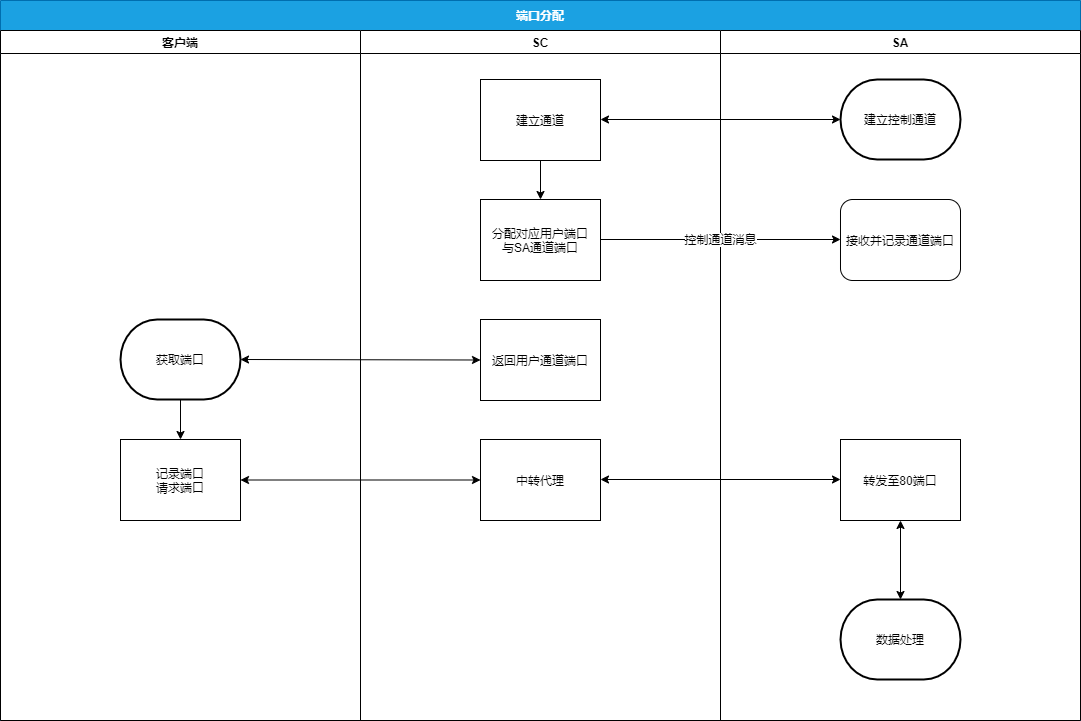
Before: docs/images/port.png, a diagram exported from draw.io (kiqupo/gotunnel). Source tidied: cells renumbered, new cells last; positions are measured from the earlier drawing's top-left corner, leaving out a move shared by most shapes. The source it was exported from:
```xml
<mxGraphModel>
  <root>
    <mxCell id="0" />
    <mxCell id="1" parent="0" />
    <mxCell id="2" value="端口分配" style="swimlane;startSize=30;fillColor=#1ba1e2;strokeColor=#006EAF;fontColor=#ffffff;swimlaneFillColor=#ffffff;" parent="1" vertex="1">
      <mxGeometry width="1080" height="720" as="geometry" />
    </mxCell>
    <mxCell id="3" value="SC" style="swimlane;swimlaneFillColor=none;" parent="2" vertex="1">
      <mxGeometry x="360" y="30" width="360" height="690" as="geometry" />
    </mxCell>
    <mxCell id="4" style="edgeStyle=orthogonalEdgeStyle;rounded=0;orthogonalLoop=1;jettySize=auto;html=1;entryX=0.5;entryY=0;entryDx=0;entryDy=0;entryPerimeter=0;" parent="3" edge="1">
      <mxGeometry relative="1" as="geometry">
        <mxPoint x="180" y="129" as="sourcePoint" />
        <mxPoint x="180" y="169" as="targetPoint" />
      </mxGeometry>
    </mxCell>
    <mxCell id="5" value="&lt;span&gt;建立通道&lt;/span&gt;" style="rounded=0;whiteSpace=wrap;html=1;shadow=0;labelBackgroundColor=none;fillColor=#FFFFFF;" parent="3" vertex="1">
      <mxGeometry x="120" y="49" width="120" height="81" as="geometry" />
    </mxCell>
    <mxCell id="6" value="&lt;span&gt;分配对应用户端口&lt;/span&gt;&lt;br&gt;&lt;span&gt;与SA通道端口&lt;/span&gt;" style="rounded=0;whiteSpace=wrap;html=1;shadow=0;labelBackgroundColor=none;fillColor=#FFFFFF;" parent="3" vertex="1">
      <mxGeometry x="120" y="169" width="120" height="81" as="geometry" />
    </mxCell>
    <mxCell id="7" value="返回用户通道端口" style="rounded=0;whiteSpace=wrap;html=1;shadow=0;labelBackgroundColor=none;fillColor=#FFFFFF;" parent="3" vertex="1">
      <mxGeometry x="120" y="289" width="120" height="81" as="geometry" />
    </mxCell>
    <mxCell id="8" value="中转代理" style="rounded=0;whiteSpace=wrap;html=1;shadow=0;labelBackgroundColor=none;fillColor=#FFFFFF;" parent="3" vertex="1">
      <mxGeometry x="120" y="409" width="120" height="81" as="geometry" />
    </mxCell>
    <mxCell id="9" value="SA" style="swimlane;startSize=23;fillColor=#FFFFFF;shadow=0;labelBackgroundColor=none;labelBorderColor=none;swimlaneFillColor=none;" parent="2" vertex="1">
      <mxGeometry x="720" y="30" width="360" height="690" as="geometry" />
    </mxCell>
    <mxCell id="10" value="建立控制通道" style="strokeWidth=2;html=1;shape=mxgraph.flowchart.terminator;whiteSpace=wrap;" parent="9" vertex="1">
      <mxGeometry x="120" y="49" width="120" height="80" as="geometry" />
    </mxCell>
    <mxCell id="11" value="&lt;span&gt;接收并记录通道端口&lt;/span&gt;" style="rounded=1;whiteSpace=wrap;html=1;shadow=0;labelBackgroundColor=none;fillColor=#FFFFFF;" parent="9" vertex="1">
      <mxGeometry x="120" y="169" width="120" height="81" as="geometry" />
    </mxCell>
    <mxCell id="12" value="转发至80端口" style="rounded=0;whiteSpace=wrap;html=1;shadow=0;labelBackgroundColor=none;fillColor=#FFFFFF;" parent="9" vertex="1">
      <mxGeometry x="120" y="409" width="120" height="81" as="geometry" />
    </mxCell>
    <mxCell id="13" value="数据处理" style="strokeWidth=2;html=1;shape=mxgraph.flowchart.terminator;whiteSpace=wrap;" parent="9" vertex="1">
      <mxGeometry x="120" y="569" width="120" height="80" as="geometry" />
    </mxCell>
    <mxCell id="14" style="endArrow=classic;startArrow=classic;html=1;entryX=0.5;entryY=1;entryDx=0;entryDy=0;exitX=0.5;exitY=0;exitDx=0;exitDy=0;exitPerimeter=0;" parent="9" edge="1" source="13" target="12">
      <mxGeometry relative="1" as="geometry" />
    </mxCell>
    <mxCell id="15" value="客户端" style="swimlane;swimlaneFillColor=none;" parent="2" vertex="1">
      <mxGeometry y="30" width="360" height="690" as="geometry" />
    </mxCell>
    <mxCell id="16" style="edgeStyle=orthogonalEdgeStyle;rounded=0;jettySize=auto;html=1;entryX=0.5;entryY=0;entryDx=0;entryDy=0;" parent="15" edge="1" source="17" target="18">
      <mxGeometry relative="1" as="geometry" />
    </mxCell>
    <mxCell id="17" value="获取端口" style="strokeWidth=2;html=1;shape=mxgraph.flowchart.terminator;whiteSpace=wrap;" parent="15" vertex="1">
      <mxGeometry x="120" y="289" width="120" height="80" as="geometry" />
    </mxCell>
    <mxCell id="18" value="记录端口&lt;br&gt;请求端口" style="rounded=0;whiteSpace=wrap;html=1;shadow=0;labelBackgroundColor=none;fillColor=#FFFFFF;" parent="15" vertex="1">
      <mxGeometry x="120" y="409" width="120" height="81" as="geometry" />
    </mxCell>
    <mxCell id="19" style="endArrow=classic;startArrow=classic;html=1;entryX=0;entryY=0.5;entryDx=0;entryDy=0;entryPerimeter=0;exitX=1;exitY=0.5;exitDx=0;exitDy=0;exitPerimeter=0;" parent="2" edge="1" target="10">
      <mxGeometry relative="1" as="geometry">
        <mxPoint x="600" y="119" as="sourcePoint" />
      </mxGeometry>
    </mxCell>
    <mxCell id="20" value="控制通道消息" style="edgeStyle=orthogonalEdgeStyle;rounded=0;orthogonalLoop=1;jettySize=auto;html=1;entryX=0;entryY=0.5;entryDx=0;entryDy=0;entryPerimeter=0;" parent="2" edge="1">
      <mxGeometry relative="1" as="geometry">
        <mxPoint x="600" y="239" as="sourcePoint" />
        <mxPoint x="840" y="239" as="targetPoint" />
      </mxGeometry>
    </mxCell>
    <mxCell id="21" style="endArrow=classic;startArrow=classic;html=1;exitX=1;exitY=0.5;exitDx=0;exitDy=0;exitPerimeter=0;entryX=0;entryY=0.5;entryDx=0;entryDy=0;" parent="2" edge="1" source="17" target="7">
      <mxGeometry relative="1" as="geometry" />
    </mxCell>
    <mxCell id="22" style="endArrow=classic;startArrow=classic;html=1;exitX=1;exitY=0.5;exitDx=0;exitDy=0;entryX=0;entryY=0.5;entryDx=0;entryDy=0;" parent="2" edge="1" source="18" target="8">
      <mxGeometry relative="1" as="geometry" />
    </mxCell>
    <mxCell id="23" style="endArrow=classic;startArrow=classic;html=1;exitX=1;exitY=0.5;exitDx=0;exitDy=0;entryX=0;entryY=0.5;entryDx=0;entryDy=0;" parent="1" edge="1">
      <mxGeometry relative="1" as="geometry">
        <mxPoint x="600" y="479" as="sourcePoint" />
        <mxPoint x="840" y="479" as="targetPoint" />
      </mxGeometry>
    </mxCell>
  </root>
</mxGraphModel>
```
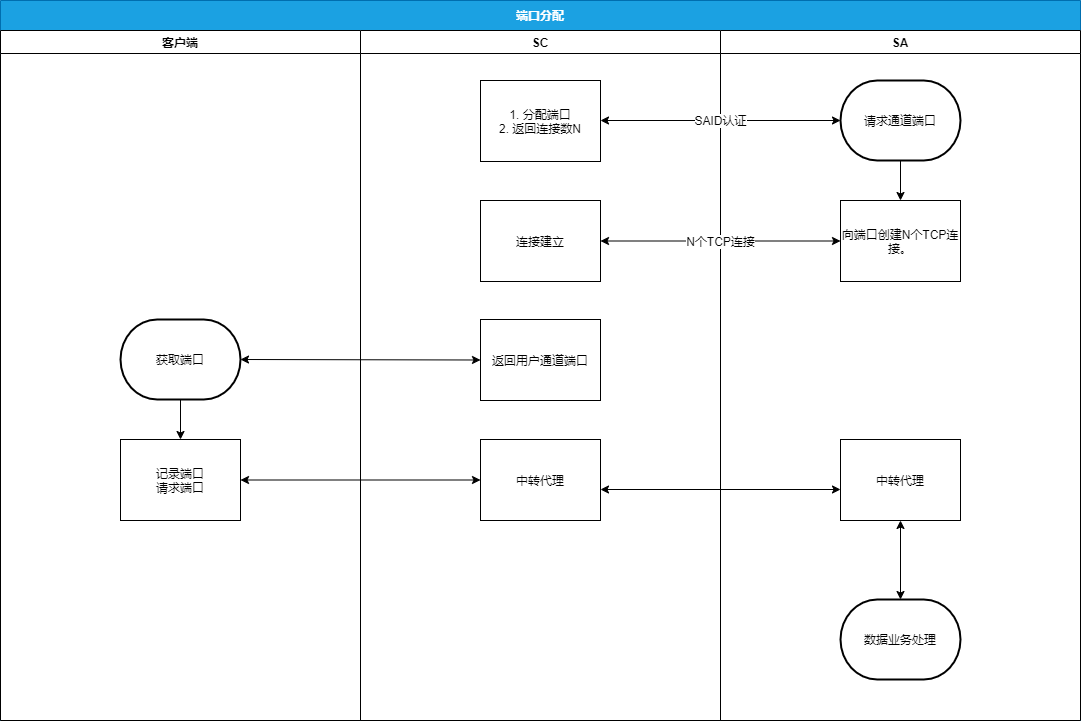
The same diagram one commit later.

Change to the diagram source:
```diff
@@ -1,49 +1,54 @@
 <mxGraphModel>
   <root>
-    <mxCell id="0" />
-    <mxCell id="1" parent="0" />
+    <mxCell id="24" />
+    <mxCell id="25" parent="24" />
-    <mxCell id="2" value="端口分配" style="swimlane;startSize=30;fillColor=#1ba1e2;strokeColor=#006EAF;fontColor=#ffffff;swimlaneFillColor=#ffffff;" parent="1" vertex="1">
+    <mxCell id="2" value="端口分配" style="swimlane;startSize=30;fillColor=#1ba1e2;strokeColor=#006EAF;fontColor=#ffffff;swimlaneFillColor=#ffffff;" parent="25" vertex="1">
       <mxGeometry width="1080" height="720" as="geometry" />
     </mxCell>
     <mxCell id="3" value="SC" style="swimlane;swimlaneFillColor=none;" parent="2" vertex="1">
       <mxGeometry x="360" y="30" width="360" height="690" as="geometry" />
     </mxCell>
-    <mxCell id="4" style="edgeStyle=orthogonalEdgeStyle;rounded=0;orthogonalLoop=1;jettySize=auto;html=1;entryX=0.5;entryY=0;entryDx=0;entryDy=0;entryPerimeter=0;" parent="3" edge="1">
-      <mxGeometry relative="1" as="geometry">
-        <mxPoint x="180" y="129" as="sourcePoint" />
-        <mxPoint x="180" y="169" as="targetPoint" />
-      </mxGeometry>
-    </mxCell>
-    <mxCell id="5" value="&lt;span&gt;建立通道&lt;/span&gt;" style="rounded=0;whiteSpace=wrap;html=1;shadow=0;labelBackgroundColor=none;fillColor=#FFFFFF;" parent="3" vertex="1">
-      <mxGeometry x="120" y="49" width="120" height="81" as="geometry" />
-    </mxCell>
-    <mxCell id="6" value="&lt;span&gt;分配对应用户端口&lt;/span&gt;&lt;br&gt;&lt;span&gt;与SA通道端口&lt;/span&gt;" style="rounded=0;whiteSpace=wrap;html=1;shadow=0;labelBackgroundColor=none;fillColor=#FFFFFF;" parent="3" vertex="1">
-      <mxGeometry x="120" y="169" width="120" height="81" as="geometry" />
-    </mxCell>
     <mxCell id="7" value="返回用户通道端口" style="rounded=0;whiteSpace=wrap;html=1;shadow=0;labelBackgroundColor=none;fillColor=#FFFFFF;" parent="3" vertex="1">
       <mxGeometry x="120" y="289" width="120" height="81" as="geometry" />
     </mxCell>
-    <mxCell id="8" value="中转代理" style="rounded=0;whiteSpace=wrap;html=1;shadow=0;labelBackgroundColor=none;fillColor=#FFFFFF;" parent="3" vertex="1">
-      <mxGeometry x="120" y="409" width="120" height="81" as="geometry" />
-    </mxCell>
+    <mxCell id="26" value="中转代理" style="rounded=0;whiteSpace=wrap;html=1;shadow=0;labelBackgroundColor=none;fillColor=#FFFFFF;" parent="3" vertex="1">
+      <mxGeometry x="120" y="409" width="120" height="81" as="geometry" />
+    </mxCell>
     <mxCell id="9" value="SA" style="swimlane;startSize=23;fillColor=#FFFFFF;shadow=0;labelBackgroundColor=none;labelBorderColor=none;swimlaneFillColor=none;" parent="2" vertex="1">
       <mxGeometry x="720" y="30" width="360" height="690" as="geometry" />
     </mxCell>
-    <mxCell id="10" value="建立控制通道" style="strokeWidth=2;html=1;shape=mxgraph.flowchart.terminator;whiteSpace=wrap;" parent="9" vertex="1">
-      <mxGeometry x="120" y="49" width="120" height="80" as="geometry" />
-    </mxCell>
-    <mxCell id="11" value="&lt;span&gt;接收并记录通道端口&lt;/span&gt;" style="rounded=1;whiteSpace=wrap;html=1;shadow=0;labelBackgroundColor=none;fillColor=#FFFFFF;" parent="9" vertex="1">
-      <mxGeometry x="120" y="169" width="120" height="81" as="geometry" />
-    </mxCell>
-    <mxCell id="12" value="转发至80端口" style="rounded=0;whiteSpace=wrap;html=1;shadow=0;labelBackgroundColor=none;fillColor=#FFFFFF;" parent="9" vertex="1">
-      <mxGeometry x="120" y="409" width="120" height="81" as="geometry" />
-    </mxCell>
-    <mxCell id="13" value="数据处理" style="strokeWidth=2;html=1;shape=mxgraph.flowchart.terminator;whiteSpace=wrap;" parent="9" vertex="1">
-      <mxGeometry x="120" y="569" width="120" height="80" as="geometry" />
-    </mxCell>
-    <mxCell id="14" style="endArrow=classic;startArrow=classic;html=1;entryX=0.5;entryY=1;entryDx=0;entryDy=0;exitX=0.5;exitY=0;exitDx=0;exitDy=0;exitPerimeter=0;" parent="9" edge="1" source="13" target="12">
-      <mxGeometry relative="1" as="geometry" />
-    </mxCell>
+    <mxCell id="27" value="中转代理" style="rounded=0;whiteSpace=wrap;html=1;shadow=0;labelBackgroundColor=none;fillColor=#FFFFFF;" parent="9" vertex="1">
+      <mxGeometry x="120" y="409" width="120" height="81" as="geometry" />
+    </mxCell>
+    <mxCell id="28" value="数据业务处理" style="strokeWidth=2;html=1;shape=mxgraph.flowchart.terminator;whiteSpace=wrap;" parent="9" vertex="1">
+      <mxGeometry x="120" y="569" width="120" height="80" as="geometry" />
+    </mxCell>
+    <mxCell id="29" style="endArrow=classic;startArrow=classic;html=1;entryX=0.5;entryY=1;entryDx=0;entryDy=0;exitX=0.5;exitY=0;exitDx=0;exitDy=0;exitPerimeter=0;" parent="9" edge="1" source="28" target="27">
+      <mxGeometry relative="1" as="geometry" />
+    </mxCell>
+    <mxCell id="30" value="&lt;span&gt;1. 分配端口&lt;br&gt;2. 返回连接数N&lt;br&gt;&lt;/span&gt;" style="rounded=0;whiteSpace=wrap;html=1;shadow=0;labelBackgroundColor=none;fillColor=#FFFFFF;" parent="9" vertex="1">
+      <mxGeometry x="-240" y="50" width="120" height="81" as="geometry" />
+    </mxCell>
+    <mxCell id="31" value="&lt;span&gt;连接建立&lt;/span&gt;" style="rounded=0;whiteSpace=wrap;html=1;shadow=0;labelBackgroundColor=none;fillColor=#FFFFFF;" parent="9" vertex="1">
+      <mxGeometry x="-240" y="170" width="120" height="81" as="geometry" />
+    </mxCell>
+    <mxCell id="32" value="请求通道端口" style="strokeWidth=2;html=1;shape=mxgraph.flowchart.terminator;whiteSpace=wrap;" parent="9" vertex="1">
+      <mxGeometry x="120" y="50" width="120" height="80" as="geometry" />
+    </mxCell>
+    <mxCell id="33" value="&lt;span&gt;向端口创建N个TCP连接。&lt;br&gt;&lt;/span&gt;" style="rounded=0;whiteSpace=wrap;html=1;shadow=0;labelBackgroundColor=none;fillColor=#FFFFFF;" parent="9" vertex="1">
+      <mxGeometry x="120" y="170" width="120" height="81" as="geometry" />
+    </mxCell>
+    <mxCell id="34" value="SAID认证" style="endArrow=classic;startArrow=classic;html=1;entryX=0;entryY=0.5;entryDx=0;entryDy=0;entryPerimeter=0;exitX=1;exitY=0.5;exitDx=0;exitDy=0;exitPerimeter=0;" parent="9" edge="1" target="32">
+      <mxGeometry relative="1" as="geometry">
+        <mxPoint x="-120" y="90" as="sourcePoint" />
+      </mxGeometry>
+    </mxCell>
+    <mxCell id="35" style="edgeStyle=orthogonalEdgeStyle;rounded=0;jettySize=auto;html=1;entryX=0.5;entryY=0;entryDx=0;entryDy=0;" parent="9" edge="1" source="32" target="33">
+      <mxGeometry relative="1" as="geometry" />
+    </mxCell>
+    <mxCell id="36" value="N个TCP连接" style="endArrow=classic;startArrow=classic;html=1;entryX=0;entryY=0.5;entryDx=0;entryDy=0;" parent="9" edge="1" source="31" target="33">
+      <mxGeometry relative="1" as="geometry" />
+    </mxCell>
     <mxCell id="15" value="客户端" style="swimlane;swimlaneFillColor=none;" parent="2" vertex="1">
       <mxGeometry y="30" width="360" height="690" as="geometry" />
     </mxCell>
@@ -56,28 +61,17 @@
     <mxCell id="18" value="记录端口&lt;br&gt;请求端口" style="rounded=0;whiteSpace=wrap;html=1;shadow=0;labelBackgroundColor=none;fillColor=#FFFFFF;" parent="15" vertex="1">
       <mxGeometry x="120" y="409" width="120" height="81" as="geometry" />
     </mxCell>
-    <mxCell id="19" style="endArrow=classic;startArrow=classic;html=1;entryX=0;entryY=0.5;entryDx=0;entryDy=0;entryPerimeter=0;exitX=1;exitY=0.5;exitDx=0;exitDy=0;exitPerimeter=0;" parent="2" edge="1" target="10">
-      <mxGeometry relative="1" as="geometry">
-        <mxPoint x="600" y="119" as="sourcePoint" />
-      </mxGeometry>
-    </mxCell>
-    <mxCell id="20" value="控制通道消息" style="edgeStyle=orthogonalEdgeStyle;rounded=0;orthogonalLoop=1;jettySize=auto;html=1;entryX=0;entryY=0.5;entryDx=0;entryDy=0;entryPerimeter=0;" parent="2" edge="1">
-      <mxGeometry relative="1" as="geometry">
-        <mxPoint x="600" y="239" as="sourcePoint" />
-        <mxPoint x="840" y="239" as="targetPoint" />
-      </mxGeometry>
-    </mxCell>
     <mxCell id="21" style="endArrow=classic;startArrow=classic;html=1;exitX=1;exitY=0.5;exitDx=0;exitDy=0;exitPerimeter=0;entryX=0;entryY=0.5;entryDx=0;entryDy=0;" parent="2" edge="1" source="17" target="7">
       <mxGeometry relative="1" as="geometry" />
     </mxCell>
-    <mxCell id="22" style="endArrow=classic;startArrow=classic;html=1;exitX=1;exitY=0.5;exitDx=0;exitDy=0;entryX=0;entryY=0.5;entryDx=0;entryDy=0;" parent="2" edge="1" source="18" target="8">
-      <mxGeometry relative="1" as="geometry" />
-    </mxCell>
-    <mxCell id="23" style="endArrow=classic;startArrow=classic;html=1;exitX=1;exitY=0.5;exitDx=0;exitDy=0;entryX=0;entryY=0.5;entryDx=0;entryDy=0;" parent="1" edge="1">
-      <mxGeometry relative="1" as="geometry">
-        <mxPoint x="600" y="479" as="sourcePoint" />
-        <mxPoint x="840" y="479" as="targetPoint" />
-      </mxGeometry>
-    </mxCell>
+    <mxCell id="37" style="endArrow=classic;startArrow=classic;html=1;exitX=1;exitY=0.5;exitDx=0;exitDy=0;entryX=0;entryY=0.5;entryDx=0;entryDy=0;" parent="2" edge="1" source="18" target="26">
+      <mxGeometry relative="1" as="geometry" />
+    </mxCell>
+    <mxCell id="38" style="endArrow=classic;startArrow=classic;html=1;exitX=1;exitY=0.5;exitDx=0;exitDy=0;entryX=0;entryY=0.5;entryDx=0;entryDy=0;" parent="25" edge="1">
+      <mxGeometry relative="1" as="geometry">
+        <mxPoint x="600" y="489" as="sourcePoint" />
+        <mxPoint x="840" y="489" as="targetPoint" />
+      </mxGeometry>
+    </mxCell>
   </root>
 </mxGraphModel>
```
